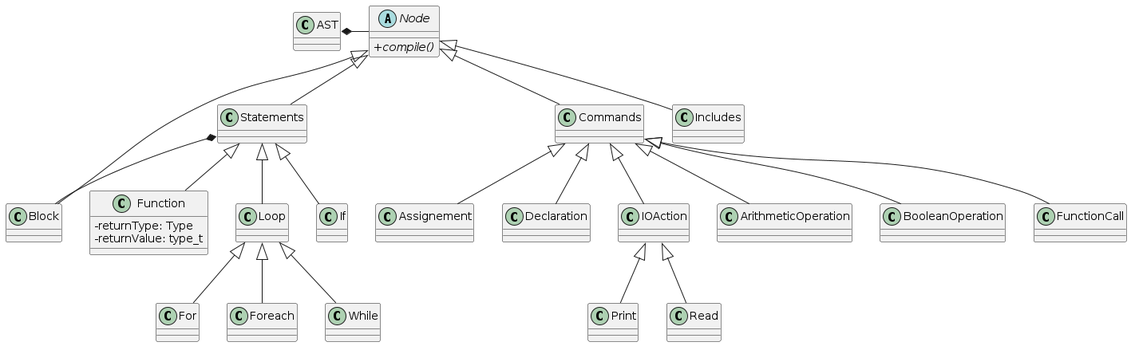
drfailer/projet-zz2 keeps this PlantUML diagram as ressources/diagrams/ast.png. Above is the earlier version.
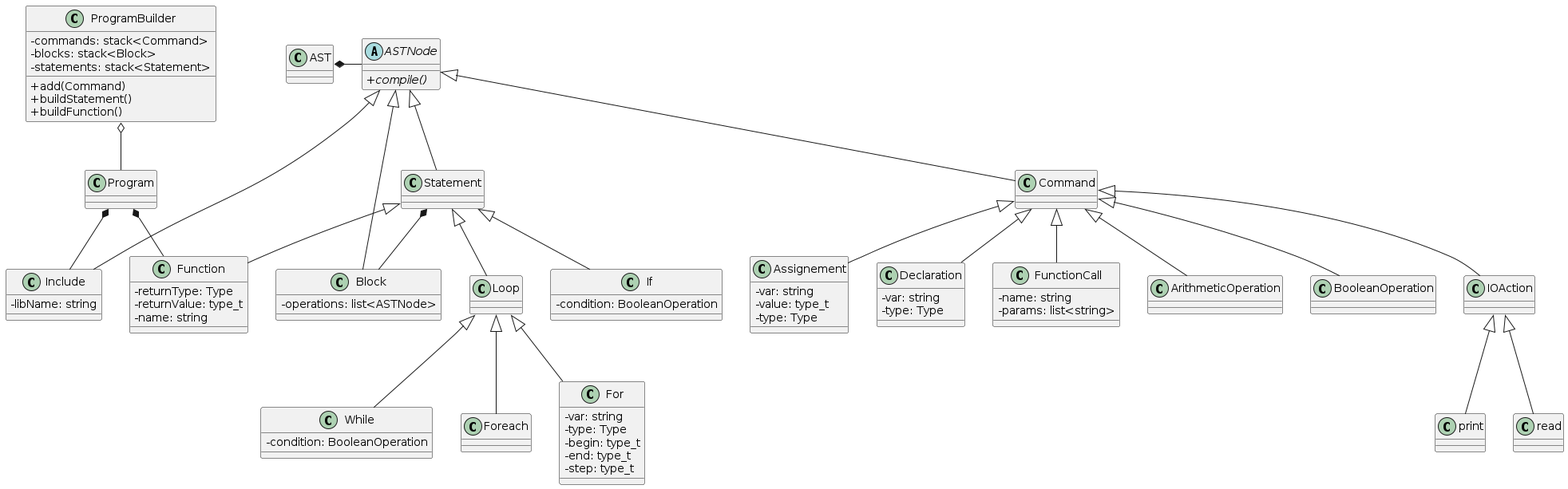
Later version of the same file.

Commit message:
modify ast diagram

What changed in the source:
```diff
@@ -1,42 +1,94 @@
 @startuml
 skinparam classAttributeIconSize 0
 
-class AST {
+class ProgramBuilder {
+  -commands: stack<Command>
+  -blocks: stack<Block>
+  -statements: stack<Statement>
+  +add(Command)
+  +buildStatement()
+  +buildFunction()
 }
 
-AST *- Node
+ProgramBuilder o-- Program
 
-abstract class Node {
+AST *- ASTNode
+
+abstract class ASTNode {
 + {abstract} compile()
+}
+
+class Block {
+  -operations: list<ASTNode>
+}
+
+class Include {
+  -libName: string
+}
+
+class Assignement {
+  -var: string
+  -value: type_t
+  -type: Type
+}
+
+class Declaration {
+  -var: string
+  -type: Type
+}
+
+class FunctionCall {
+  -name: string
+  -params: list<string>
 }
 
 class Function {
   -returnType: Type
   -returnValue: type_t
+  -name: string
 }
 
-Node <|-- Statements
-Node <|-- Commands
-Node <|-- Includes
-Node <|-- Block
+class If {
+  -condition: BooleanOperation
+}
 
-Commands <|-- Assignement
-Commands <|-- Declaration
-Commands <|-- IOAction
-Commands <|-- ArithmeticOperation
-Commands <|-- BooleanOperation
-Commands <|-- FunctionCall
+class For {
+  -var: string
+  -type: Type
+  -begin: type_t
+  -end: type_t
+  -step: type_t
+}
 
-Statements <|-- Loop
-Statements <|-- If
+class While {
+  -condition: BooleanOperation
+}
 
-Statements *-- Block
-Statements <|-- Function
+ASTNode <|-- Statement
+ASTNode <|-- Command
+ASTNode <|-- Include
+ASTNode <|-- Block
+
+Command <|-- Assignement
+Command <|-- Declaration
+Command <|-- ArithmeticOperation
+Command <|-- BooleanOperation
+Command <|-- FunctionCall
+Command <|-- IOAction
+
+Statement <|-- Loop
+Statement <|-- If
+
+Statement *-- Block
+Statement <|-- Function
 
 Loop <|-- For
 Loop <|-- Foreach
 Loop <|-- While
 
-IOAction <|-- Print
-IOAction <|-- Read
+IOAction <|-- read
+IOAction <|-- print
+
+Program *-- Include
+Program *-- Function
 @enduml
```
